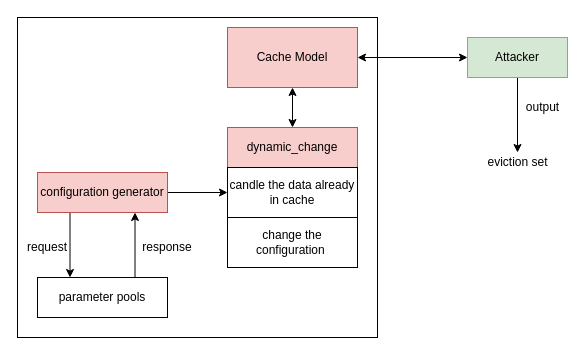
Above: cache_params.drawio in w112/graph (draw.io), before the change. Source tidied: cells renumbered, new cells numbered last; positions are measured from the earlier drawing's top-left corner, leaving out a move shared by most shapes. Both pictures are drawn from the tidied source at 100%, with x=0, y=0 at pixel (17, 17).
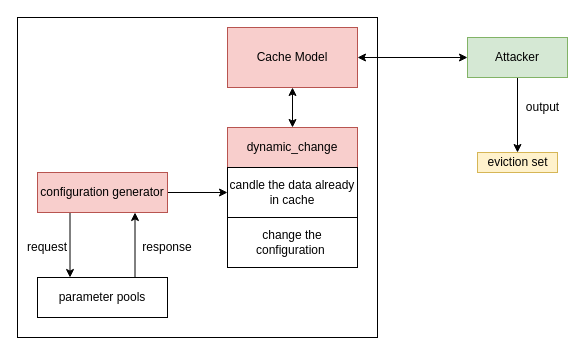
Above is the later version.

The edit, as a diff of the source:
```diff
@@
-    <mxCell id="19" value="eviction set" style="text;html=1;align=center;verticalAlign=middle;points=[];" parent="1" vertex="1">
+    <mxCell id="19" value="eviction set" style="text;html=1;align=center;verticalAlign=middle;points=[];fillColor=#fff2cc;strokeColor=#d6b656;" parent="1" vertex="1">
       <mxGeometry x="460" y="135" width="80" height="20" as="geometry" />
     </mxCell>
```
